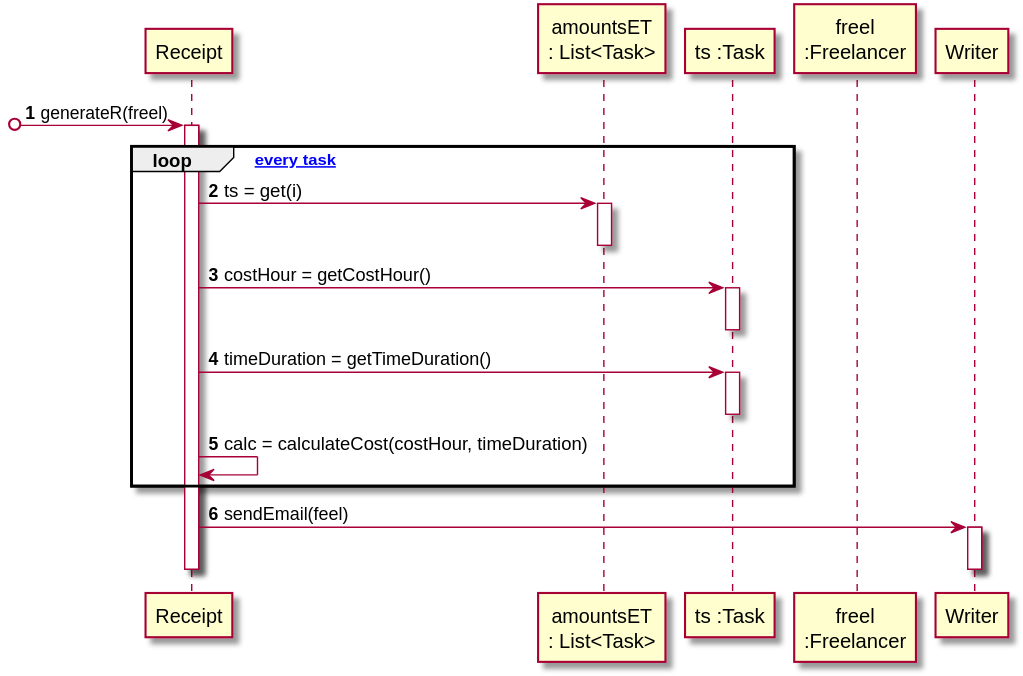
The PlantUML diagram docs/UC7 - Do Payment Automatically/UC7_SD_GenerateReceipt.svg in 1190452/LAPR2, before a commit.
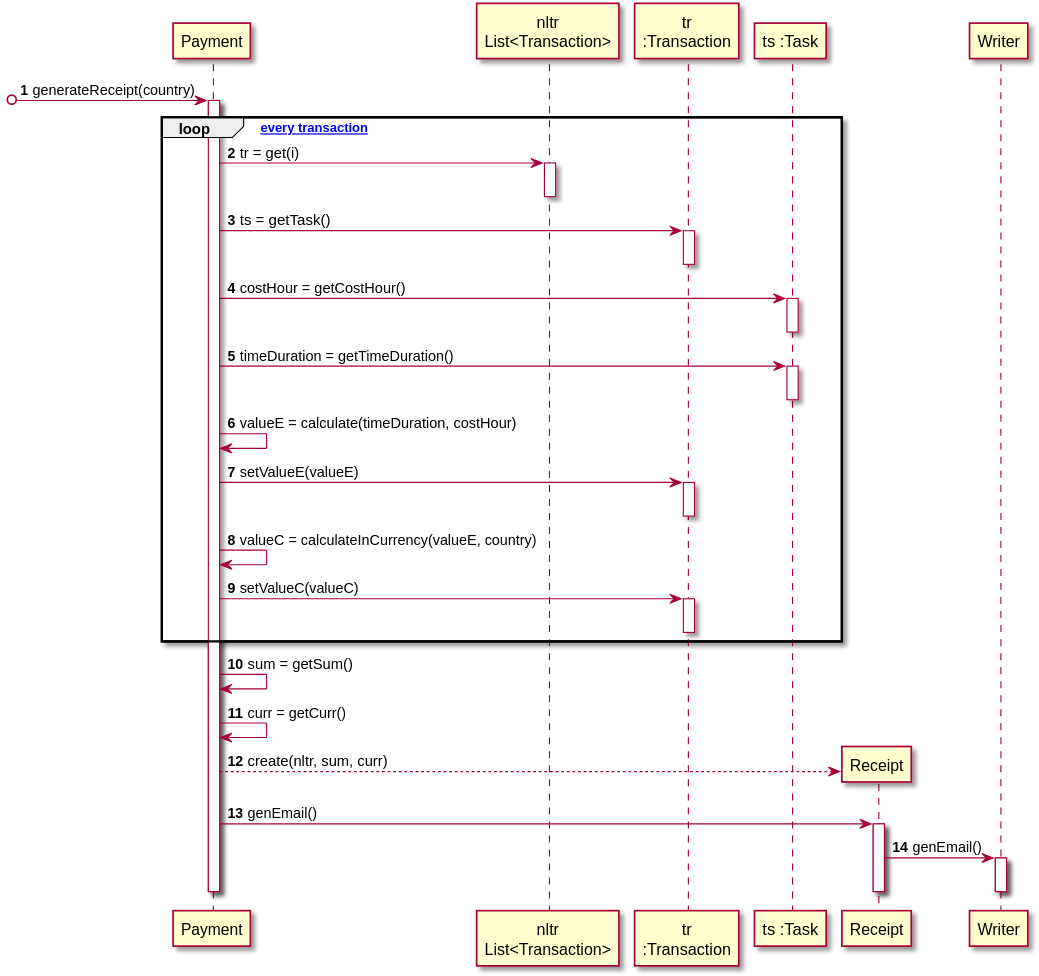
The same diagram one commit later.

The edit, as a diff of the source:
```diff
@@ -1,40 +1,62 @@
 @startuml
 autonumber
 
+participant "Payment" as PA
+
+participant "nltr\nList<Transaction>" as NLTR
+participant "tr\n:Transaction" as T
+participant "ts :Task" as TA
 participant "Receipt" as R
-participant "amountsET\n: List<Task>" as LTS
-
-participant "ts :Task" as T
-participant "freel\n:Freelancer" as F
 participant "Writer" as W
 
 
-[o-> R : generateR(freel)
-activate R
+[o-> PA : generateReceipt(country)
+activate PA
+loop [for every transaction]
 
+PA -> NLTR : tr = get(i)
+activate NLTR
+deactivate NLTR
 
-loop [for every task]
-R -> LTS : ts = get(i)
-activate LTS
-deactivate LTS
-
-R -> T : costHour = getCostHour()
+PA -> T : ts = getTask()
 activate T
 deactivate T
 
-R -> T : timeDuration = getTimeDuration()
+PA -> TA : costHour = getCostHour()
+activate TA
+deactivate TA
+
+PA -> TA : timeDuration = getTimeDuration()
+activate TA
+deactivate TA
+
+PA -> PA : valueE = calculate(timeDuration, costHour)
+
+PA -> T : setValueE(valueE)
 activate T
 deactivate T
 
-R -> R : calc = calculateCost(costHour, timeDuration)
+PA -> PA : valueC = calculateInCurrency(valueE, country)
 
+PA -> T : setValueC(valueC)
+activate T
+deactivate T
 
 end loop
 
+PA -> PA : sum = getSum()
+PA -> PA : curr = getCurr()
 
-R -> W : sendEmail(feel)
+PA --> R** : create(nltr, sum, curr)
+
+PA -> R : genEmail()
+activate R
+R -> W : genEmail()
 activate W
 deactivate W
+deactivate R
 
-deactivate R
+
+
+deactivate PA
 @enduml
```
